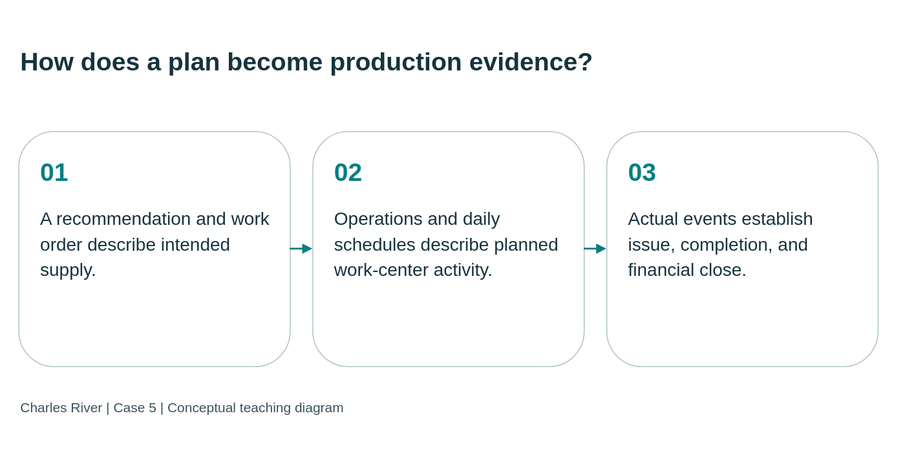
Earlier version of the draw.io export static/diagrams/cases/case05-planning.svg (mmcodesso/CharlesRiver_Database). Source tidied: cells renumbered, new cells last; positions are measured from the earlier drawing's top-left corner, leaving out a move shared by most shapes. The source it was exported from:
```xml
<mxGraphModel background="#f5f5ee">
  <root>
    <mxCell id="0" />
    <mxCell id="1" parent="0" />
    <mxCell id="2" value="How does a plan become production evidence?" style="text;html=0;strokeColor=none;fillColor=none;align=left;verticalAlign=middle;whiteSpace=wrap;fontSize=28;fontStyle=1;fontColor=#17333e;fontFamily=Arial;" parent="1" vertex="1">
      <mxGeometry width="950" height="95" as="geometry" />
    </mxCell>
    <mxCell id="3" value="&lt;div style=&quot;font-size:28px;color:#087e83;font-weight:bold;margin-bottom:20px&quot;&gt;01&lt;/div&gt;&lt;div style=&quot;font-size:20px;line-height:1.4&quot;&gt;A recommendation and work order describe intended supply.&lt;/div&gt;" style="rounded=1;whiteSpace=wrap;html=1;fillColor=#ffffff;strokeColor=#a8bfc1;fontColor=#17333e;align=left;verticalAlign=top;spacing=24;fontFamily=Arial;fontSize=20;" parent="1" vertex="1">
      <mxGeometry y="125" width="300" height="260" as="geometry" />
    </mxCell>
    <mxCell id="4" value="&lt;div style=&quot;font-size:28px;color:#087e83;font-weight:bold;margin-bottom:20px&quot;&gt;02&lt;/div&gt;&lt;div style=&quot;font-size:20px;line-height:1.4&quot;&gt;Operations and daily schedules describe planned work-center activity.&lt;/div&gt;" style="rounded=1;whiteSpace=wrap;html=1;fillColor=#ffffff;strokeColor=#a8bfc1;fontColor=#17333e;align=left;verticalAlign=top;spacing=24;fontFamily=Arial;fontSize=20;" parent="1" vertex="1">
      <mxGeometry x="325" y="125" width="300" height="260" as="geometry" />
    </mxCell>
    <mxCell id="5" value="&lt;div style=&quot;font-size:28px;color:#087e83;font-weight:bold;margin-bottom:20px&quot;&gt;03&lt;/div&gt;&lt;div style=&quot;font-size:20px;line-height:1.4&quot;&gt;Actual events establish issue, completion, and financial close.&lt;/div&gt;" style="rounded=1;whiteSpace=wrap;html=1;fillColor=#ffffff;strokeColor=#a8bfc1;fontColor=#17333e;align=left;verticalAlign=top;spacing=24;fontFamily=Arial;fontSize=20;" parent="1" vertex="1">
      <mxGeometry x="650" y="125" width="300" height="260" as="geometry" />
    </mxCell>
    <mxCell id="6" style="edgeStyle=orthogonalEdgeStyle;rounded=0;html=1;endArrow=block;endFill=1;strokeColor=#087e83;strokeWidth=2;" parent="1" edge="1" source="3" target="4">
      <mxGeometry relative="1" as="geometry" />
    </mxCell>
    <mxCell id="7" style="edgeStyle=orthogonalEdgeStyle;rounded=0;html=1;endArrow=block;endFill=1;strokeColor=#087e83;strokeWidth=2;" parent="1" edge="1" source="4" target="5">
      <mxGeometry relative="1" as="geometry" />
    </mxCell>
    <mxCell id="8" value="Charles River | Case 5 | Conceptual teaching diagram" style="text;html=0;strokeColor=none;fillColor=none;align=left;fontSize=15;fontColor=#38535b;fontFamily=Arial;" parent="1" vertex="1">
      <mxGeometry y="415" width="950" height="35" as="geometry" />
    </mxCell>
  </root>
</mxGraphModel>
```
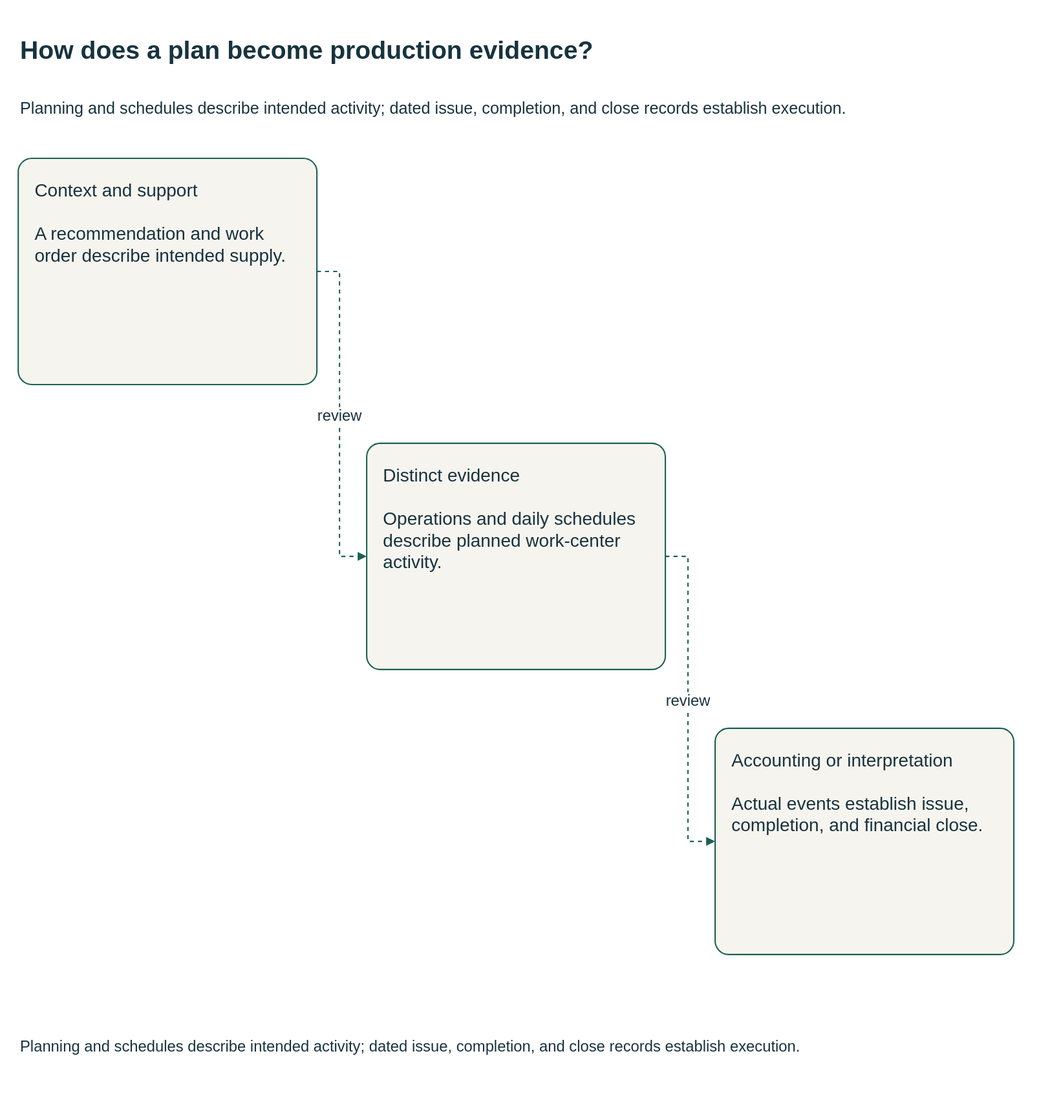
The same file after the commit.

Change to the diagram source:
```diff
@@ -1,27 +1,40 @@
-<mxGraphModel background="#f5f5ee">
+<mxGraphModel background="#FFFFFF">
   <root>
     <mxCell id="0" />
     <mxCell id="1" parent="0" />
-    <mxCell id="2" value="How does a plan become production evidence?" style="text;html=0;strokeColor=none;fillColor=none;align=left;verticalAlign=middle;whiteSpace=wrap;fontSize=28;fontStyle=1;fontColor=#17333e;fontFamily=Arial;" parent="1" vertex="1">
-      <mxGeometry width="950" height="95" as="geometry" />
+    <mxCell id="2" value="How does a plan become production evidence?" style="html=0;fontFamily=Arial;fontSize=20;fontColor=#17333e;strokeColor=#196252;strokeWidth=1.5;whiteSpace=wrap;text;strokeColor=none;fillColor=none;align=left;verticalAlign=middle;fontSize=28;fontStyle=1;" parent="1" vertex="1">
+      <mxGeometry y="-10" width="1110" height="70" as="geometry" />
     </mxCell>
+    <mxCell id="9" value="Planning and schedules describe intended activity; dated issue, completion, and close records establish execution." style="html=0;fontFamily=Arial;fontSize=20;fontColor=#17333e;strokeColor=#196252;strokeWidth=1.5;whiteSpace=wrap;text;strokeColor=none;fillColor=none;align=left;verticalAlign=middle;fontSize=18;fontStyle=0;" parent="1" vertex="1">
+      <mxGeometry y="62" width="1110" height="55" as="geometry" />
+    </mxCell>
-    <mxCell id="3" value="&lt;div style=&quot;font-size:28px;color:#087e83;font-weight:bold;margin-bottom:20px&quot;&gt;01&lt;/div&gt;&lt;div style=&quot;font-size:20px;line-height:1.4&quot;&gt;A recommendation and work order describe intended supply.&lt;/div&gt;" style="rounded=1;whiteSpace=wrap;html=1;fillColor=#ffffff;strokeColor=#a8bfc1;fontColor=#17333e;align=left;verticalAlign=top;spacing=24;fontFamily=Arial;fontSize=20;" parent="1" vertex="1">
-      <mxGeometry y="125" width="300" height="260" as="geometry" />
+    <mxCell id="3" value="Context and support&#10;&#10;A recommendation and work order describe intended supply." style="html=0;fontFamily=Arial;fontSize=20;fontColor=#17333e;strokeColor=#196252;strokeWidth=1.5;whiteSpace=wrap;rounded=1;arcSize=6;fillColor=#f6f4ee;align=left;verticalAlign=top;spacing=18;" parent="1" vertex="1">
+      <mxGeometry y="145" width="330" height="250" as="geometry" />
     </mxCell>
-    <mxCell id="4" value="&lt;div style=&quot;font-size:28px;color:#087e83;font-weight:bold;margin-bottom:20px&quot;&gt;02&lt;/div&gt;&lt;div style=&quot;font-size:20px;line-height:1.4&quot;&gt;Operations and daily schedules describe planned work-center activity.&lt;/div&gt;" style="rounded=1;whiteSpace=wrap;html=1;fillColor=#ffffff;strokeColor=#a8bfc1;fontColor=#17333e;align=left;verticalAlign=top;spacing=24;fontFamily=Arial;fontSize=20;" parent="1" vertex="1">
-      <mxGeometry x="325" y="125" width="300" height="260" as="geometry" />
+    <mxCell id="4" value="Distinct evidence&#10;&#10;Operations and daily schedules describe planned work-center activity." style="html=0;fontFamily=Arial;fontSize=20;fontColor=#17333e;strokeColor=#196252;strokeWidth=1.5;whiteSpace=wrap;rounded=1;arcSize=6;fillColor=#f6f4ee;align=left;verticalAlign=top;spacing=18;" parent="1" vertex="1">
+      <mxGeometry x="385" y="460" width="330" height="250" as="geometry" />
     </mxCell>
-    <mxCell id="5" value="&lt;div style=&quot;font-size:28px;color:#087e83;font-weight:bold;margin-bottom:20px&quot;&gt;03&lt;/div&gt;&lt;div style=&quot;font-size:20px;line-height:1.4&quot;&gt;Actual events establish issue, completion, and financial close.&lt;/div&gt;" style="rounded=1;whiteSpace=wrap;html=1;fillColor=#ffffff;strokeColor=#a8bfc1;fontColor=#17333e;align=left;verticalAlign=top;spacing=24;fontFamily=Arial;fontSize=20;" parent="1" vertex="1">
-      <mxGeometry x="650" y="125" width="300" height="260" as="geometry" />
+    <mxCell id="5" value="Accounting or interpretation&#10;&#10;Actual events establish issue, completion, and financial close." style="html=0;fontFamily=Arial;fontSize=20;fontColor=#17333e;strokeColor=#196252;strokeWidth=1.5;whiteSpace=wrap;rounded=1;arcSize=6;fillColor=#f6f4ee;align=left;verticalAlign=top;spacing=18;" parent="1" vertex="1">
+      <mxGeometry x="770" y="775" width="330" height="250" as="geometry" />
     </mxCell>
-    <mxCell id="6" style="edgeStyle=orthogonalEdgeStyle;rounded=0;html=1;endArrow=block;endFill=1;strokeColor=#087e83;strokeWidth=2;" parent="1" edge="1" source="3" target="4">
-      <mxGeometry relative="1" as="geometry" />
+    <mxCell id="6" value="review" style="html=0;fontFamily=Arial;fontSize=20;fontColor=#17333e;strokeColor=#196252;strokeWidth=1.5;whiteSpace=wrap;edgeStyle=orthogonalEdgeStyle;rounded=0;fillColor=none;fontSize=17;labelBackgroundColor=#FFFFFF;startArrow=none;endArrow=block;endFill=1;dashed=1;exitX=1;exitY=0.5;entryX=0;entryY=0.5;" parent="1" edge="1" source="3" target="4">
+      <mxGeometry relative="1" as="geometry">
+        <Array as="points">
+          <mxPoint x="355" y="270" />
+          <mxPoint x="355" y="585" />
+        </Array>
+      </mxGeometry>
     </mxCell>
-    <mxCell id="7" style="edgeStyle=orthogonalEdgeStyle;rounded=0;html=1;endArrow=block;endFill=1;strokeColor=#087e83;strokeWidth=2;" parent="1" edge="1" source="4" target="5">
-      <mxGeometry relative="1" as="geometry" />
+    <mxCell id="7" value="review" style="html=0;fontFamily=Arial;fontSize=20;fontColor=#17333e;strokeColor=#196252;strokeWidth=1.5;whiteSpace=wrap;edgeStyle=orthogonalEdgeStyle;rounded=0;fillColor=none;fontSize=17;labelBackgroundColor=#FFFFFF;startArrow=none;endArrow=block;endFill=1;dashed=1;exitX=1;exitY=0.5;entryX=0;entryY=0.5;" parent="1" edge="1" source="4" target="5">
+      <mxGeometry relative="1" as="geometry">
+        <Array as="points">
+          <mxPoint x="740" y="585" />
+          <mxPoint x="740" y="900" />
+        </Array>
+      </mxGeometry>
     </mxCell>
-    <mxCell id="8" value="Charles River | Case 5 | Conceptual teaching diagram" style="text;html=0;strokeColor=none;fillColor=none;align=left;fontSize=15;fontColor=#38535b;fontFamily=Arial;" parent="1" vertex="1">
-      <mxGeometry y="415" width="950" height="35" as="geometry" />
+    <mxCell id="8" value="Planning and schedules describe intended activity; dated issue, completion, and close records establish execution." style="html=0;fontFamily=Arial;fontSize=20;fontColor=#17333e;strokeColor=#196252;strokeWidth=1.5;whiteSpace=wrap;text;strokeColor=none;fillColor=none;align=left;verticalAlign=middle;fontSize=17;fontStyle=0;" parent="1" vertex="1">
+      <mxGeometry y="1097" width="1110" height="60" as="geometry" />
     </mxCell>
   </root>
 </mxGraphModel>
```
